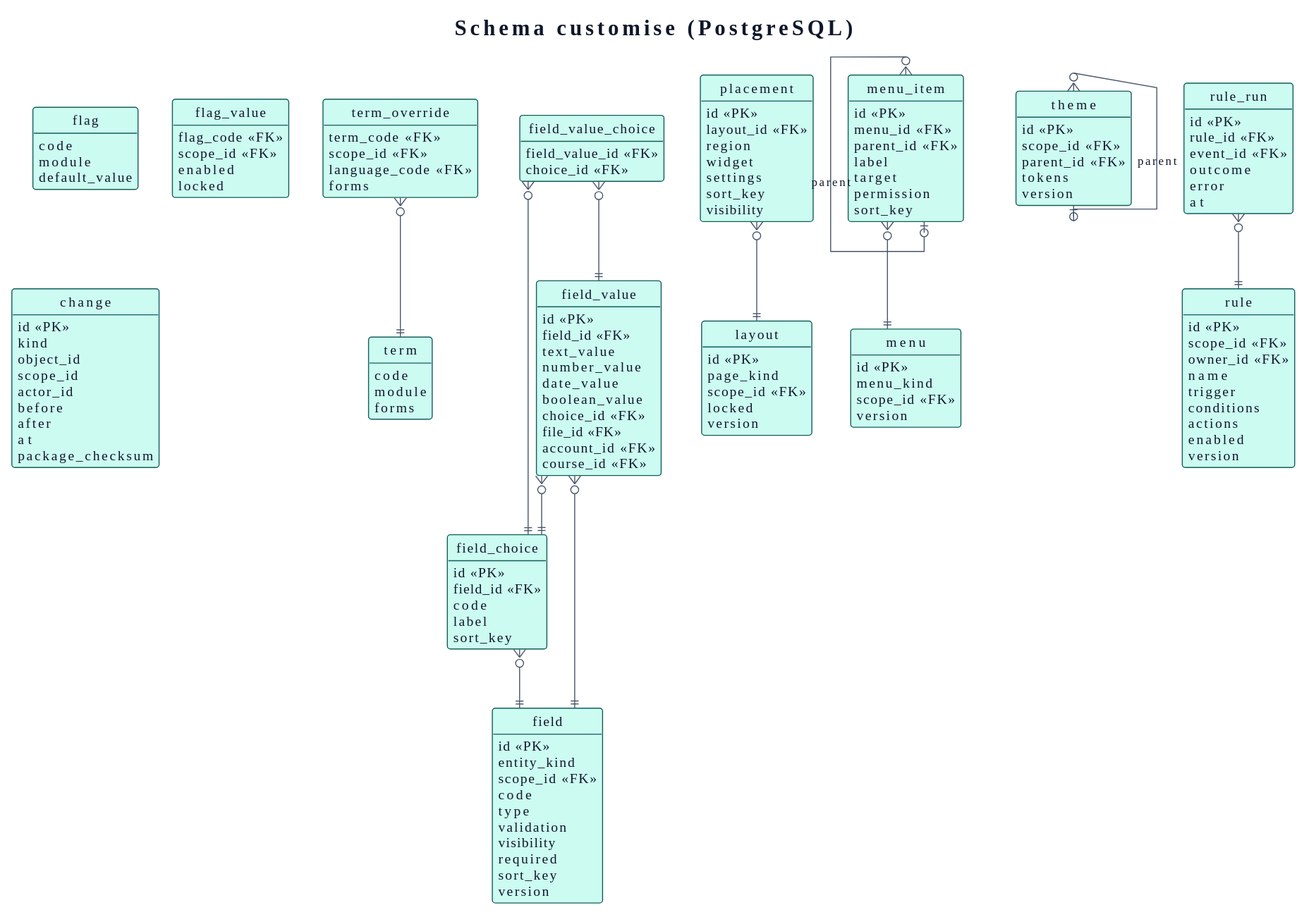
Above: docs/03-design/data-model/customise.svg in didactika/kampus (PlantUML), before the change.
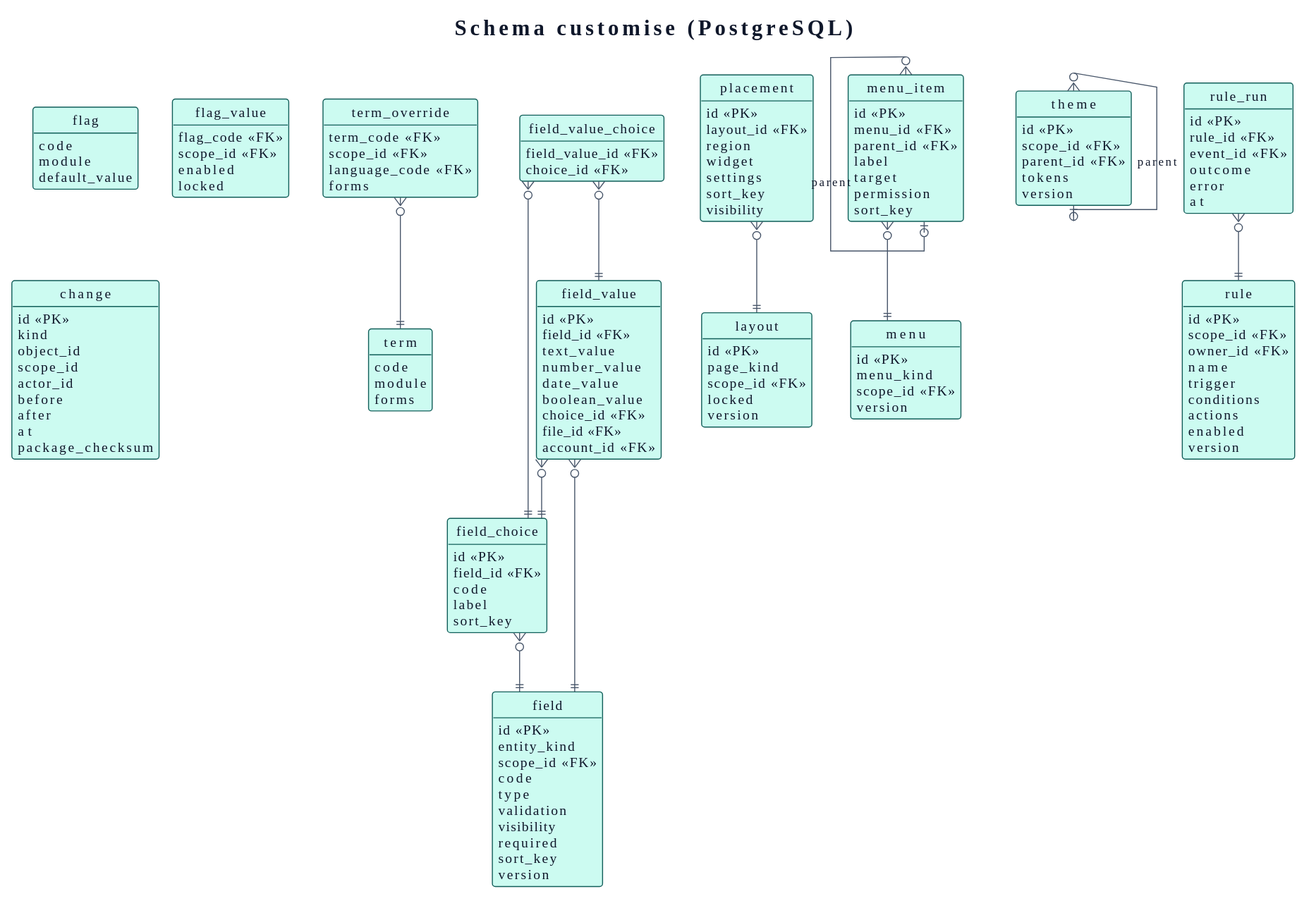
After the change.

What changed in the source:
```diff
@@ -148,7 +148,6 @@
   choice_id <<FK>>
   file_id <<FK>>
   account_id <<FK>>
-  course_id <<FK>>
 }
 entity field_value_choice {
   field_value_id <<FK>>
```
